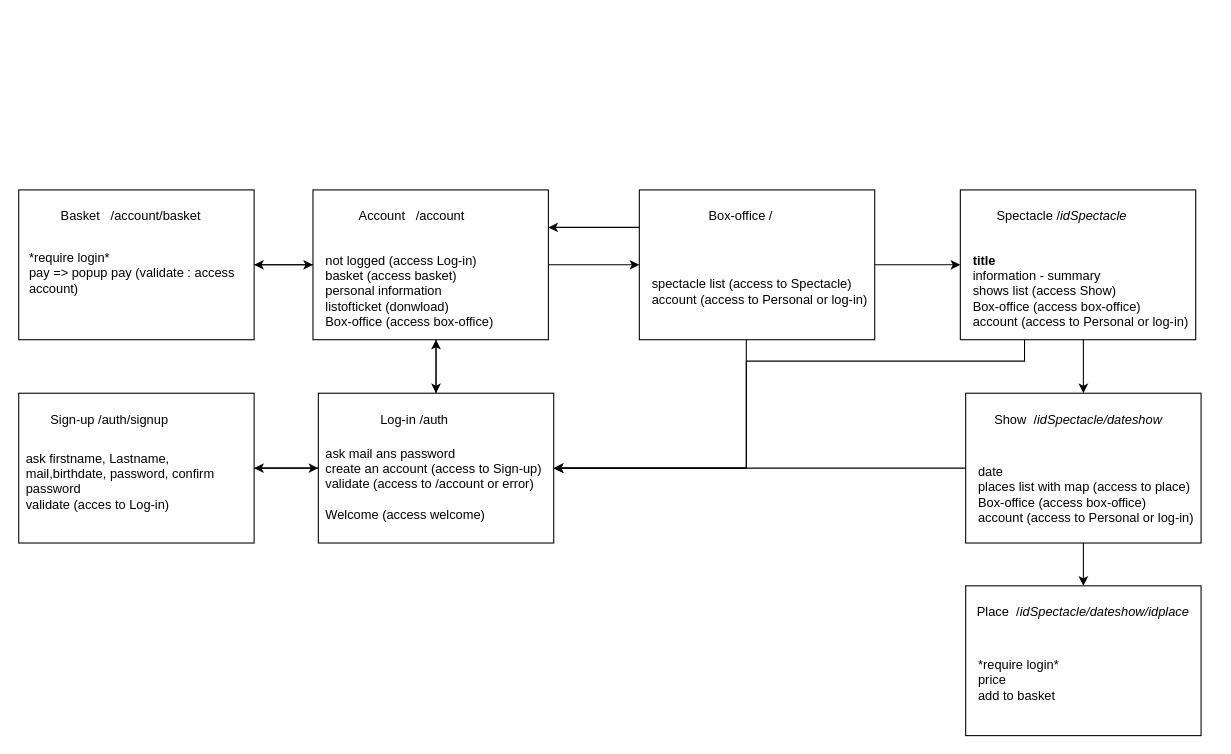
The draw.io diagram page "pages web" (6 of 7) of analyse/Diagramme sans nom.drawio in baptisteRiviere/SpectacleHallManagement, before the edit. Source tidied: cells renumbered, new cells numbered last; positions are measured from the earlier drawing's top-left corner, leaving out a move shared by most shapes. Both pictures are drawn from the tidied source at 107%, with x=0, y=0 at pixel (18, 189).
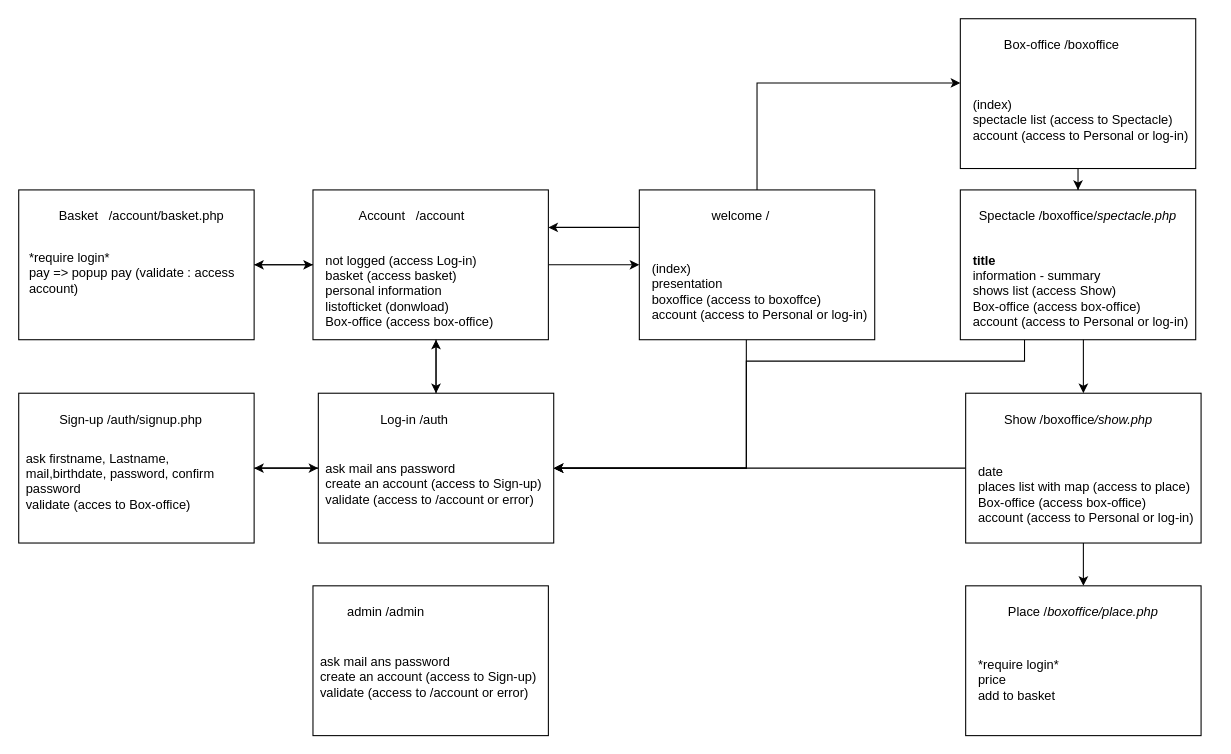
The same page after the edit.

The change refers to these unchanged cells:
```xml
<mxCell id="5" style="rounded=0;whiteSpace=wrap;html=1;" parent="1" vertex="1">
  <mxGeometry x="580" width="220" height="140" as="geometry" />
</mxCell>
<mxCell id="9" style="rounded=0;whiteSpace=wrap;html=1;" parent="1" vertex="1">
  <mxGeometry x="880" width="220" height="140" as="geometry" />
</mxCell>
```

Diff of the diagram source:
```diff
@@
-    <mxCell id="3" style="edgeStyle=orthogonalEdgeStyle;rounded=0;jettySize=auto;html=1;entryX=0;entryY=0.5;entryDx=0;entryDy=0;" parent="1" edge="1" source="5" target="9">
-      <mxGeometry relative="1" as="geometry" />
+    <mxCell id="3" style="edgeStyle=orthogonalEdgeStyle;rounded=0;jettySize=auto;html=1;" parent="1" edge="1" source="5" target="41">
+      <mxGeometry relative="1" as="geometry">
+        <Array as="points">
+          <mxPoint x="690" y="-100" />
+        </Array>
+      </mxGeometry>
     </mxCell>
@@
-    <mxCell id="6" value="Box-office&lt;span style=&quot;white-space: pre;&quot;&gt; /&lt;/span&gt;" style="text;html=1;strokeColor=none;fillColor=none;align=center;verticalAlign=middle;whiteSpace=wrap;rounded=0;" parent="1" vertex="1">
+    <mxCell id="6" value="welcome&lt;span style=&quot;white-space: pre;&quot;&gt; /&lt;/span&gt;" style="text;html=1;strokeColor=none;fillColor=none;align=center;verticalAlign=middle;whiteSpace=wrap;rounded=0;" parent="1" vertex="1">
       <mxGeometry x="600" y="10" width="150" height="30" as="geometry" />
     </mxCell>
-    <mxCell id="7" value="&lt;div align=&quot;left&quot;&gt;spectacle list (access to Spectacle)&lt;br&gt;&lt;/div&gt;&lt;div align=&quot;left&quot;&gt;account (access to Personal or log-in)&lt;/div&gt;" style="text;html=1;strokeColor=none;fillColor=none;align=left;verticalAlign=middle;whiteSpace=wrap;rounded=0;" parent="1" vertex="1">
+    <mxCell id="7" value="&lt;div&gt;(index)&lt;/div&gt;&lt;div&gt;presentation&lt;br&gt;&lt;/div&gt;&lt;div align=&quot;left&quot;&gt;boxoffice (access to boxoffce)&lt;br&gt;&lt;/div&gt;&lt;div align=&quot;left&quot;&gt;account (access to Personal or log-in)&lt;/div&gt;" style="text;html=1;strokeColor=none;fillColor=none;align=left;verticalAlign=middle;whiteSpace=wrap;rounded=0;" parent="1" vertex="1">
       <mxGeometry x="590" y="50" width="220" height="90" as="geometry" />
     </mxCell>
@@
-    <mxCell id="10" value="Spectacle&lt;span style=&quot;white-space: pre;&quot;&gt; /&lt;i&gt;idSpectacle&lt;/i&gt;&lt;/span&gt;" style="text;html=1;strokeColor=none;fillColor=none;align=center;verticalAlign=middle;whiteSpace=wrap;rounded=0;" parent="1" vertex="1">
-      <mxGeometry x="900" y="10" width="150" height="30" as="geometry" />
+    <mxCell id="10" value="Spectacle&lt;span style=&quot;&quot;&gt; /&lt;i&gt;&lt;/i&gt;&lt;/span&gt;&lt;span style=&quot;&quot;&gt;boxoffice/&lt;/span&gt;&lt;span style=&quot;&quot;&gt;&lt;i&gt;spectacle.php&lt;/i&gt;&lt;/span&gt;" style="text;html=1;strokeColor=none;fillColor=none;align=center;verticalAlign=middle;whiteSpace=wrap;rounded=0;" parent="1" vertex="1">
+      <mxGeometry x="890" y="10" width="200" height="30" as="geometry" />
     </mxCell>
@@
-    <mxCell id="12" value="&lt;div&gt;&lt;b&gt;title&lt;/b&gt;&lt;/div&gt;&lt;div&gt;information - summary&lt;br&gt;&lt;/div&gt;&lt;div&gt;shows list (access Show)&lt;br&gt;&lt;/div&gt;&lt;div&gt;Box-office (access box-office)&lt;br&gt;&lt;/div&gt;&lt;div&gt;&lt;div align=&quot;left&quot;&gt;account (access to Personal or log-in)&lt;br&gt;&lt;/div&gt;&lt;/div&gt;" style="text;html=1;strokeColor=none;fillColor=none;align=left;verticalAlign=middle;whiteSpace=wrap;rounded=0;" parent="1" vertex="1">
+    <mxCell id="12" value="&lt;div&gt;&lt;b&gt;title&lt;/b&gt;&lt;/div&gt;&lt;div&gt;information - summary&lt;br&gt;&lt;/div&gt;&lt;div&gt;shows list (access Show)&lt;br&gt;&lt;/div&gt;&lt;div&gt;Box-office (access box-office)&lt;br&gt;&lt;/div&gt;&lt;div&gt;&lt;div align=&quot;left&quot;&gt;account (access to Personal or log-in)&lt;/div&gt;&lt;/div&gt;" style="text;html=1;strokeColor=none;fillColor=none;align=left;verticalAlign=middle;whiteSpace=wrap;rounded=0;" parent="1" vertex="1">
       <mxGeometry x="890" y="50" width="220" height="90" as="geometry" />
     </mxCell>
@@
-    <mxCell id="16" value="Show&lt;span style=&quot;&quot;&gt; &lt;span style=&quot;white-space: pre;&quot;&gt; &lt;/span&gt;&lt;/span&gt;&lt;span style=&quot;&quot;&gt;/&lt;i&gt;idSpectacle/dateshow&lt;/i&gt;&lt;/span&gt;" style="text;html=1;strokeColor=none;fillColor=none;align=center;verticalAlign=middle;whiteSpace=wrap;rounded=0;" parent="1" vertex="1">
+    <mxCell id="16" value="Show&lt;span style=&quot;&quot;&gt; &lt;span style=&quot;&quot;&gt; &lt;/span&gt;&lt;/span&gt;&lt;span style=&quot;&quot;&gt;/&lt;/span&gt;&lt;span style=&quot;&quot;&gt;boxoffice&lt;/span&gt;&lt;span style=&quot;&quot;&gt;&lt;i&gt;/show.php&lt;/i&gt;&lt;/span&gt;" style="text;html=1;strokeColor=none;fillColor=none;align=center;verticalAlign=middle;whiteSpace=wrap;rounded=0;" parent="1" vertex="1">
       <mxGeometry x="897.5" y="200" width="185" height="30" as="geometry" />
     </mxCell>
@@
-    <mxCell id="19" value="Place&lt;span style=&quot;&quot;&gt; &lt;span style=&quot;white-space: pre;&quot;&gt; &lt;/span&gt;&lt;/span&gt;&lt;span style=&quot;&quot;&gt;&lt;span style=&quot;&quot;&gt;&lt;/span&gt;&lt;/span&gt;&lt;span style=&quot;&quot;&gt;/&lt;i&gt;idSpectacle/dateshow/idplace&lt;/i&gt;&lt;/span&gt;" style="text;html=1;strokeColor=none;fillColor=none;align=center;verticalAlign=middle;whiteSpace=wrap;rounded=0;" parent="1" vertex="1">
+    <mxCell id="19" value="Place&lt;span style=&quot;&quot;&gt; &lt;span style=&quot;&quot;&gt; &lt;/span&gt;&lt;/span&gt;&lt;span style=&quot;&quot;&gt;&lt;span style=&quot;&quot;&gt;&lt;/span&gt;&lt;/span&gt;&lt;span style=&quot;&quot;&gt;/&lt;i&gt;boxoffice/place.php&lt;/i&gt;&lt;/span&gt;" style="text;html=1;strokeColor=none;fillColor=none;align=center;verticalAlign=middle;whiteSpace=wrap;rounded=0;" parent="1" vertex="1">
       <mxGeometry x="890" y="380" width="210" height="30" as="geometry" />
     </mxCell>
@@
-    <mxCell id="25" value="&lt;div&gt;ask mail ans password&lt;/div&gt;&lt;div&gt;create an account (access to Sign-up)&lt;br&gt;&lt;/div&gt;&lt;div&gt;validate (access to /account or error)&lt;/div&gt;&lt;div&gt;&lt;br&gt;&lt;/div&gt;&lt;div&gt;Welcome (access welcome)&lt;br&gt;&lt;/div&gt;" style="text;html=1;strokeColor=none;fillColor=none;align=left;verticalAlign=middle;whiteSpace=wrap;rounded=0;" parent="1" vertex="1">
+    <mxCell id="25" value="&lt;div&gt;ask mail ans password&lt;/div&gt;&lt;div&gt;create an account (access to Sign-up)&lt;br&gt;&lt;/div&gt;&lt;div&gt;validate (access to /account or error)&lt;/div&gt;" style="text;html=1;strokeColor=none;fillColor=none;align=left;verticalAlign=middle;whiteSpace=wrap;rounded=0;" parent="1" vertex="1">
       <mxGeometry x="285" y="230" width="210" height="90" as="geometry" />
     </mxCell>
@@
-    <mxCell id="28" value="Sign-up&lt;span style=&quot;white-space: pre;&quot;&gt; &lt;/span&gt;/auth/signup" style="text;html=1;strokeColor=none;fillColor=none;align=center;verticalAlign=middle;whiteSpace=wrap;rounded=0;" parent="1" vertex="1">
-      <mxGeometry x="20" y="200" width="130" height="30" as="geometry" />
+    <mxCell id="28" value="Sign-up&lt;span style=&quot;white-space: pre;&quot;&gt; &lt;/span&gt;/auth/signup.php" style="text;html=1;strokeColor=none;fillColor=none;align=center;verticalAlign=middle;whiteSpace=wrap;rounded=0;" parent="1" vertex="1">
+      <mxGeometry x="20" y="200" width="170" height="30" as="geometry" />
     </mxCell>
-    <mxCell id="29" value="&lt;div&gt;ask firstname, Lastname, mail,birthdate, password, confirm password&lt;/div&gt;&lt;div&gt;validate (acces to Log-in)&lt;br&gt;&lt;/div&gt;&lt;div&gt;&lt;br&gt;&lt;/div&gt;" style="text;html=1;strokeColor=none;fillColor=none;align=left;verticalAlign=middle;whiteSpace=wrap;rounded=0;" parent="1" vertex="1">
+    <mxCell id="29" value="&lt;div&gt;ask firstname, Lastname, mail,birthdate, password, confirm password&lt;/div&gt;&lt;div&gt;validate (acces to Box-office)&lt;br&gt;&lt;/div&gt;&lt;div&gt;&lt;br&gt;&lt;/div&gt;" style="text;html=1;strokeColor=none;fillColor=none;align=left;verticalAlign=middle;whiteSpace=wrap;rounded=0;" parent="1" vertex="1">
       <mxGeometry x="5" y="235" width="210" height="90" as="geometry" />
     </mxCell>
@@
-    <mxCell id="38" value="Basket&lt;span style=&quot;white-space: pre;&quot;&gt; &lt;/span&gt; &lt;span style=&quot;white-space: pre;&quot;&gt; &lt;/span&gt;/account/basket" style="text;html=1;strokeColor=none;fillColor=none;align=center;verticalAlign=middle;whiteSpace=wrap;rounded=0;" parent="1" vertex="1">
-      <mxGeometry x="20" y="10" width="170" height="30" as="geometry" />
+    <mxCell id="38" value="Basket&lt;span style=&quot;white-space: pre;&quot;&gt; &lt;/span&gt; &lt;span style=&quot;white-space: pre;&quot;&gt; &lt;/span&gt;/account/basket.php" style="text;html=1;strokeColor=none;fillColor=none;align=center;verticalAlign=middle;whiteSpace=wrap;rounded=0;" parent="1" vertex="1">
+      <mxGeometry x="20" y="10" width="190" height="30" as="geometry" />
     </mxCell>
@@
+    <mxCell id="40" style="edgeStyle=orthogonalEdgeStyle;rounded=0;jettySize=auto;html=1;" parent="1" edge="1" source="41" target="9">
+      <mxGeometry relative="1" as="geometry" />
+    </mxCell>
+    <mxCell id="41" style="rounded=0;whiteSpace=wrap;html=1;" parent="1" vertex="1">
+      <mxGeometry x="880" y="-160" width="220" height="140" as="geometry" />
+    </mxCell>
+    <mxCell id="42" value="Box-office &lt;span style=&quot;white-space: pre;&quot;&gt;/boxoffice&lt;/span&gt;" style="text;html=1;strokeColor=none;fillColor=none;align=center;verticalAlign=middle;whiteSpace=wrap;rounded=0;" parent="1" vertex="1">
+      <mxGeometry x="900" y="-150" width="150" height="30" as="geometry" />
+    </mxCell>
+    <mxCell id="43" value="&lt;div&gt;(index)&lt;br&gt;&lt;/div&gt;&lt;div align=&quot;left&quot;&gt;spectacle list (access to Spectacle)&lt;br&gt;&lt;/div&gt;&lt;div align=&quot;left&quot;&gt;account (access to Personal or log-in)&lt;/div&gt;" style="text;html=1;strokeColor=none;fillColor=none;align=left;verticalAlign=middle;whiteSpace=wrap;rounded=0;" parent="1" vertex="1">
+      <mxGeometry x="890" y="-110" width="220" height="90" as="geometry" />
+    </mxCell>
+    <mxCell id="44" style="rounded=0;whiteSpace=wrap;html=1;" parent="1" vertex="1">
+      <mxGeometry x="275" y="370" width="220" height="140" as="geometry" />
+    </mxCell>
+    <mxCell id="45" value="admin&lt;span style=&quot;white-space: pre;&quot;&gt; &lt;/span&gt;/admin&lt;span style=&quot;white-space: pre;&quot;&gt; &lt;/span&gt;" style="text;html=1;strokeColor=none;fillColor=none;align=center;verticalAlign=middle;whiteSpace=wrap;rounded=0;" parent="1" vertex="1">
+      <mxGeometry x="295" y="380" width="100" height="30" as="geometry" />
+    </mxCell>
+    <mxCell id="46" value="&lt;div&gt;ask mail ans password&lt;/div&gt;&lt;div&gt;create an account (access to Sign-up)&lt;br&gt;&lt;/div&gt;&lt;div&gt;validate (access to /account or error)&lt;/div&gt;" style="text;html=1;strokeColor=none;fillColor=none;align=left;verticalAlign=middle;whiteSpace=wrap;rounded=0;" parent="1" vertex="1">
+      <mxGeometry x="280" y="410" width="210" height="90" as="geometry" />
+    </mxCell>
```
